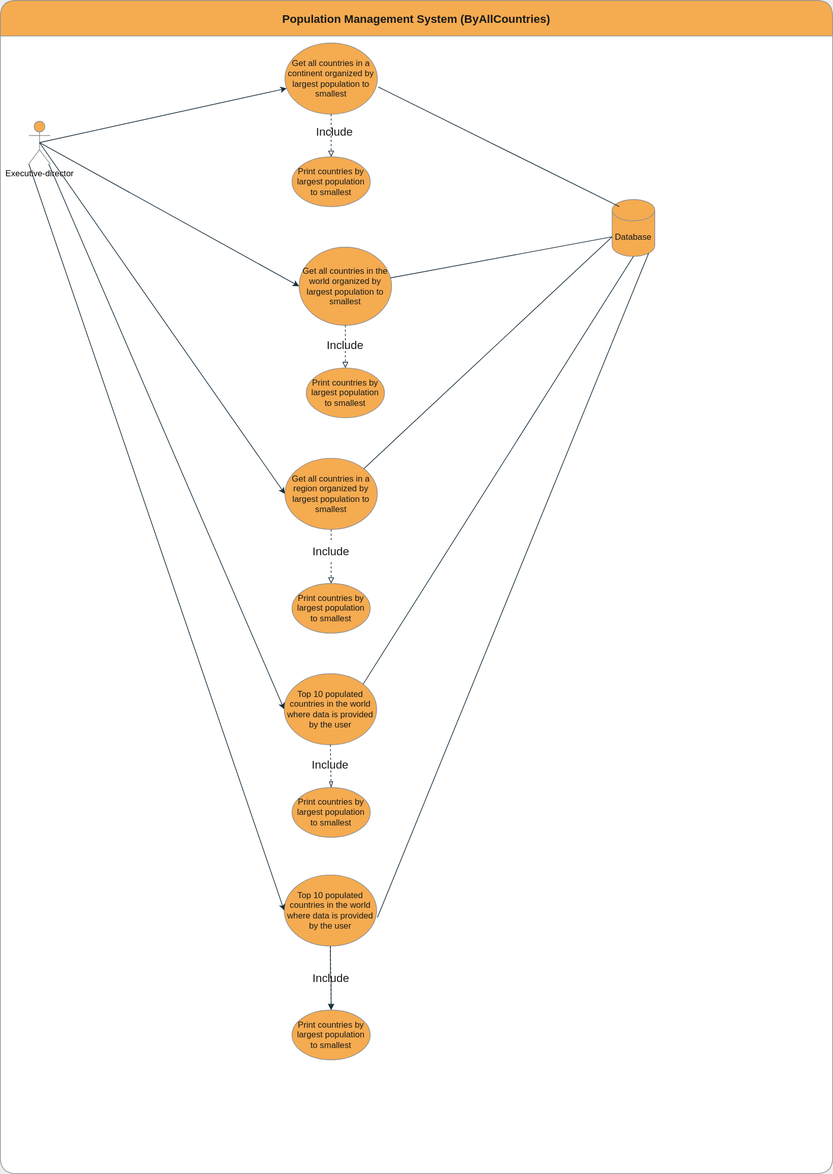
Before: use-cases-for-country-report/population management system (AllCountries).svg, a diagram exported from draw.io (ThihaKZ16/group5). Source tidied: cells renumbered, new cells last; positions are measured from the earlier drawing's top-left corner, leaving out a move shared by most shapes.
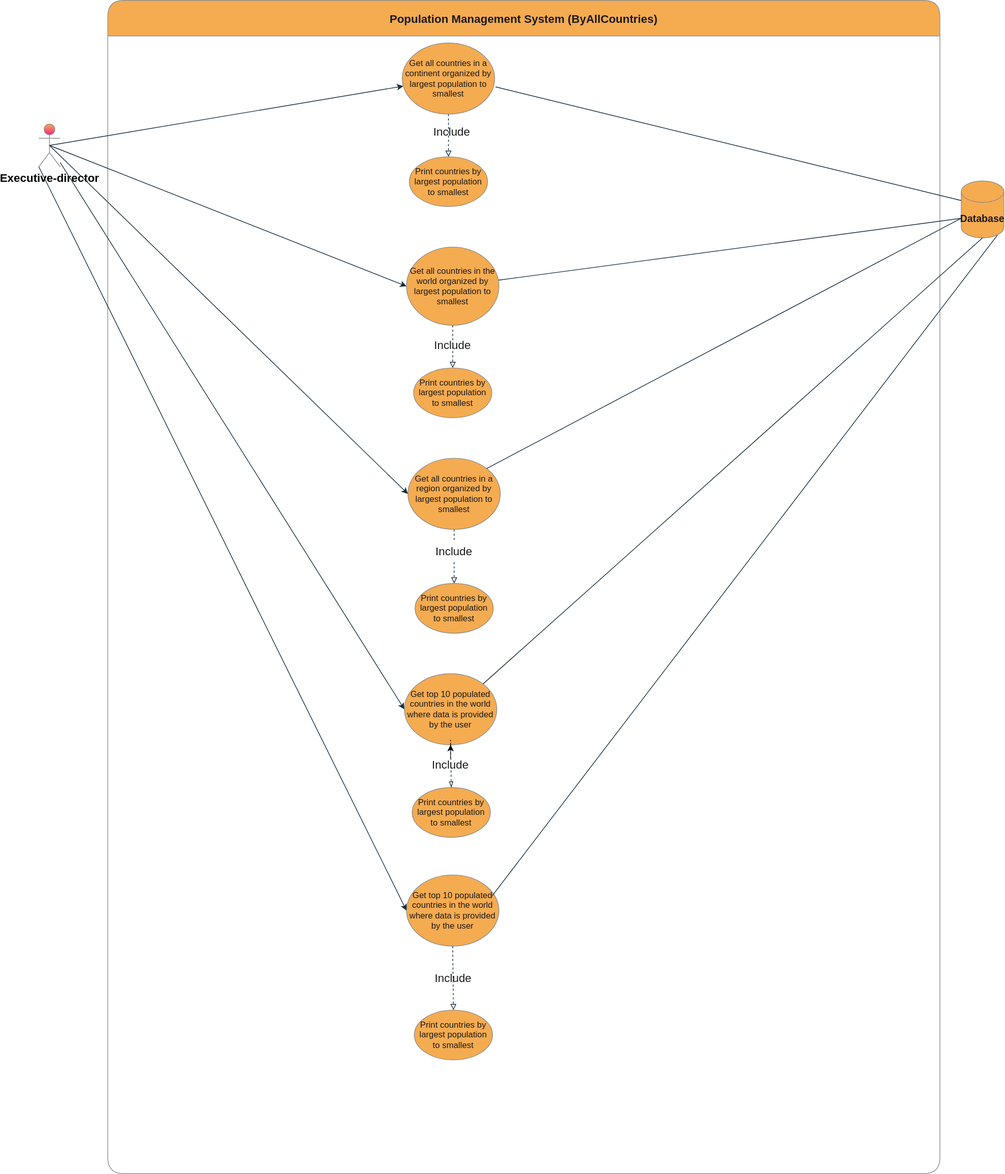
The same file after the commit.

Commit message:
Update use case diagram

What changed in the source:
```diff
@@ -1,4 +1,4 @@
-<mxGraphModel background="#EEEEEE">
+<mxGraphModel background="#ffffff">
   <root>
     <mxCell id="0" />
     <mxCell id="1" parent="0" />
@@ -9,52 +9,23 @@
       <mxGeometry x="420" y="347" width="130" height="110" as="geometry" />
     </mxCell>
     <mxCell id="4" value="Print countries by largest population to smallest" style="ellipse;whiteSpace=wrap;html=1;fillColor=#F5AB50;strokeColor=#909090;fontColor=#1A1A1A;" parent="2" vertex="1">
-      <mxGeometry x="410" y="220" width="110" height="70" as="geometry" />
+      <mxGeometry x="424" y="220" width="110" height="70" as="geometry" />
     </mxCell>
-    <mxCell id="5" value="&lt;font color=&quot;#000000&quot;&gt;Executive-director&lt;/font&gt;" style="shape=umlActor;verticalLabelPosition=bottom;verticalAlign=top;html=1;outlineConnect=0;fillColor=#F5AB50;fontColor=#1A1A1A;strokeColor=#909090;" parent="2" vertex="1">
-      <mxGeometry x="40" y="170" width="30" height="60" as="geometry" />
-    </mxCell>
-    <mxCell id="6" style="endArrow=classic;html=1;rounded=0;fontSize=12;exitX=0.5;exitY=0.5;exitDx=0;exitDy=0;exitPerimeter=0;strokeColor=#182E3E;labelBackgroundColor=#EEEEEE;fontColor=#1A1A1A;" parent="2" edge="1" source="5" target="8">
-      <mxGeometry relative="1" as="geometry" />
-    </mxCell>
-    <mxCell id="7" value="Database" style="shape=cylinder3;whiteSpace=wrap;html=1;boundedLbl=1;backgroundOutline=1;size=15;fontSize=12;fillColor=#F5AB50;strokeColor=#909090;fontColor=#1A1A1A;" parent="2" vertex="1">
-      <mxGeometry x="860" y="280" width="60" height="80" as="geometry" />
-    </mxCell>
     <mxCell id="8" value="Get all countries in a continent organized by largest population to smallest" style="ellipse;whiteSpace=wrap;html=1;fillColor=#F5AB50;strokeColor=#909090;fontColor=#1A1A1A;" parent="2" vertex="1">
-      <mxGeometry x="400" y="60" width="130" height="100" as="geometry" />
+      <mxGeometry x="414" y="60" width="130" height="100" as="geometry" />
     </mxCell>
-    <mxCell id="9" style="endArrow=classic;html=1;rounded=0;exitX=0.5;exitY=0.5;exitDx=0;exitDy=0;exitPerimeter=0;entryX=0;entryY=0.5;entryDx=0;entryDy=0;strokeColor=#182E3E;labelBackgroundColor=#EEEEEE;fontColor=#1A1A1A;" parent="2" edge="1" source="5" target="3">
-      <mxGeometry relative="1" as="geometry" />
-    </mxCell>
-    <mxCell id="10" style="endArrow=none;html=1;rounded=0;entryX=0;entryY=0;entryDx=0;entryDy=52.5;entryPerimeter=0;strokeColor=#182E3E;labelBackgroundColor=#EEEEEE;fontColor=#1A1A1A;" parent="2" edge="1" source="3" target="7">
-      <mxGeometry relative="1" as="geometry" />
-    </mxCell>
     <mxCell id="11" style="endArrow=block;html=1;rounded=0;strokeColor=#182E3E;dashed=1;exitX=0.5;exitY=1;exitDx=0;exitDy=0;endFill=0;labelBackgroundColor=#EEEEEE;fontColor=#1A1A1A;" parent="2" edge="1" source="3" target="19">
       <mxGeometry relative="1" as="geometry" />
     </mxCell>
     <mxCell id="12" value="Get all countries in a region organized by largest population to smallest" style="ellipse;whiteSpace=wrap;html=1;fillColor=#F5AB50;strokeColor=#909090;fontColor=#1A1A1A;" parent="2" vertex="1">
-      <mxGeometry x="400" y="644" width="130" height="100" as="geometry" />
+      <mxGeometry x="422" y="644" width="130" height="100" as="geometry" />
     </mxCell>
-    <mxCell id="13" style="endArrow=classic;html=1;rounded=0;exitX=0.5;exitY=0.5;exitDx=0;exitDy=0;exitPerimeter=0;entryX=0;entryY=0.5;entryDx=0;entryDy=0;strokeColor=#182E3E;labelBackgroundColor=#EEEEEE;fontColor=#1A1A1A;" parent="2" edge="1" source="5" target="12">
-      <mxGeometry relative="1" as="geometry" />
-    </mxCell>
-    <mxCell id="14" value="Top 10 populated countries in the world where data is provided by the user" style="ellipse;whiteSpace=wrap;html=1;fillColor=#F5AB50;strokeColor=#909090;fontColor=#1A1A1A;" parent="2" vertex="1">
-      <mxGeometry x="399" y="947" width="130" height="100" as="geometry" />
+    <mxCell id="14" value="Get top 10 populated countries in the world where data is provided by the user" style="ellipse;whiteSpace=wrap;html=1;fillColor=#F5AB50;strokeColor=#909090;fontColor=#1A1A1A;" parent="2" vertex="1">
+      <mxGeometry x="417" y="947" width="130" height="100" as="geometry" />
     </mxCell>
-    <mxCell id="15" style="endArrow=none;html=1;rounded=0;entryX=0;entryY=0;entryDx=0;entryDy=52.5;entryPerimeter=0;strokeColor=#182E3E;exitX=1;exitY=0;exitDx=0;exitDy=0;labelBackgroundColor=#EEEEEE;fontColor=#1A1A1A;" parent="2" edge="1" source="12" target="7">
-      <mxGeometry relative="1" as="geometry" />
-    </mxCell>
-    <mxCell id="16" style="edgeStyle=orthogonalEdgeStyle;rounded=0;jettySize=auto;html=1;strokeColor=#182E3E;labelBackgroundColor=#EEEEEE;fontColor=#1A1A1A;" parent="2" edge="1" source="17" target="25">
-      <mxGeometry relative="1" as="geometry" />
-    </mxCell>
-    <mxCell id="17" value="Top 10 populated countries in the world where data is provided by the user" style="ellipse;whiteSpace=wrap;html=1;fillColor=#F5AB50;strokeColor=#909090;fontColor=#1A1A1A;" parent="2" vertex="1">
-      <mxGeometry x="399" y="1230" width="130" height="100" as="geometry" />
+    <mxCell id="17" value="Get top 10 populated countries in the world where data is provided by the user" style="ellipse;whiteSpace=wrap;html=1;fillColor=#F5AB50;strokeColor=#909090;fontColor=#1A1A1A;" parent="2" vertex="1">
+      <mxGeometry x="420" y="1230" width="130" height="100" as="geometry" />
     </mxCell>
-    <mxCell id="18" style="endArrow=none;html=1;rounded=0;strokeColor=#182E3E;exitX=1.009;exitY=0.617;exitDx=0;exitDy=0;exitPerimeter=0;labelBackgroundColor=#EEEEEE;fontColor=#1A1A1A;" parent="2" edge="1" source="8">
-      <mxGeometry relative="1" as="geometry">
-        <mxPoint x="870" y="290" as="targetPoint" />
-      </mxGeometry>
-    </mxCell>
     <mxCell id="19" value="Print countries by largest population to smallest" style="ellipse;whiteSpace=wrap;html=1;fillColor=#F5AB50;strokeColor=#909090;fontColor=#1A1A1A;" parent="2" vertex="1">
       <mxGeometry x="430" y="517" width="110" height="70" as="geometry" />
     </mxCell>
@@ -62,10 +33,10 @@
       <mxGeometry relative="1" as="geometry" />
     </mxCell>
     <mxCell id="21" value="Print countries by largest population to smallest" style="ellipse;whiteSpace=wrap;html=1;fillColor=#F5AB50;strokeColor=#909090;fontColor=#1A1A1A;" parent="2" vertex="1">
-      <mxGeometry x="410" y="820" width="110" height="70" as="geometry" />
+      <mxGeometry x="432" y="820" width="110" height="70" as="geometry" />
     </mxCell>
     <mxCell id="22" value="Print countries by largest population to smallest" style="ellipse;whiteSpace=wrap;html=1;fillColor=#F5AB50;strokeColor=#909090;fontColor=#1A1A1A;" parent="2" vertex="1">
-      <mxGeometry x="410" y="1107" width="110" height="70" as="geometry" />
+      <mxGeometry x="428" y="1107" width="110" height="70" as="geometry" />
     </mxCell>
     <mxCell id="23" style="endArrow=blockThin;html=1;rounded=0;strokeColor=#182E3E;dashed=1;exitX=0.5;exitY=1;exitDx=0;exitDy=0;entryX=0.5;entryY=0;entryDx=0;entryDy=0;endFill=0;labelBackgroundColor=#EEEEEE;fontColor=#1A1A1A;" parent="2" edge="1" source="14" target="22">
       <mxGeometry relative="1" as="geometry" />
@@ -74,42 +45,69 @@
       <mxGeometry relative="1" as="geometry" />
     </mxCell>
     <mxCell id="25" value="Print countries by largest population to smallest" style="ellipse;whiteSpace=wrap;html=1;fillColor=#F5AB50;strokeColor=#909090;fontColor=#1A1A1A;" parent="2" vertex="1">
-      <mxGeometry x="410" y="1420" width="110" height="70" as="geometry" />
+      <mxGeometry x="431" y="1420" width="110" height="70" as="geometry" />
     </mxCell>
-    <mxCell id="26" style="endArrow=block;html=1;rounded=0;strokeColor=#182E3E;dashed=1;entryX=0.5;entryY=0;entryDx=0;entryDy=0;exitX=0.5;exitY=1;exitDx=0;exitDy=0;endFill=0;labelBackgroundColor=#EEEEEE;fontColor=#1A1A1A;" parent="2" edge="1" source="17" target="25">
-      <mxGeometry relative="1" as="geometry" />
-    </mxCell>
-    <mxCell id="27" style="endArrow=classic;html=1;rounded=0;entryX=0;entryY=0.5;entryDx=0;entryDy=0;strokeColor=#182E3E;labelBackgroundColor=#EEEEEE;fontColor=#1A1A1A;" parent="2" edge="1" source="5" target="14">
-      <mxGeometry relative="1" as="geometry" />
-    </mxCell>
-    <mxCell id="28" style="endArrow=classic;html=1;rounded=0;entryX=0;entryY=0.5;entryDx=0;entryDy=0;strokeColor=#182E3E;exitX=0;exitY=1;exitDx=0;exitDy=0;exitPerimeter=0;labelBackgroundColor=#EEEEEE;fontColor=#1A1A1A;" parent="2" edge="1" source="5" target="17">
-      <mxGeometry relative="1" as="geometry" />
-    </mxCell>
     <mxCell id="29" value="Include" style="text;html=1;align=center;verticalAlign=middle;whiteSpace=wrap;rounded=0;fontSize=16;fontColor=#1A1A1A;" parent="2" vertex="1">
-      <mxGeometry x="440" y="170" width="60" height="30" as="geometry" />
+      <mxGeometry x="454" y="170" width="60" height="30" as="geometry" />
     </mxCell>
     <mxCell id="30" value="Include" style="text;html=1;align=center;verticalAlign=middle;whiteSpace=wrap;rounded=0;fontSize=16;fontColor=#1A1A1A;" parent="2" vertex="1">
       <mxGeometry x="455" y="470" width="60" height="30" as="geometry" />
     </mxCell>
     <mxCell id="31" value="Include" style="text;html=1;align=center;verticalAlign=middle;whiteSpace=wrap;rounded=0;fontSize=16;fontColor=#1A1A1A;" parent="2" vertex="1">
-      <mxGeometry x="435" y="760" width="60" height="30" as="geometry" />
+      <mxGeometry x="457" y="760" width="60" height="30" as="geometry" />
     </mxCell>
     <mxCell id="32" style="endArrow=none;html=1;rounded=0;strokeColor=#182E3E;dashed=1;exitX=0.5;exitY=1;exitDx=0;exitDy=0;labelBackgroundColor=#EEEEEE;fontColor=#1A1A1A;" parent="2" edge="1" source="12" target="31">
       <mxGeometry relative="1" as="geometry" />
     </mxCell>
+    <mxCell id="37" style="edgeStyle=orthogonalEdgeStyle;rounded=0;jettySize=auto;html=1;dashed=1;" parent="2" edge="1" source="33" target="14">
+      <mxGeometry relative="1" as="geometry" />
+    </mxCell>
     <mxCell id="33" value="Include" style="text;html=1;align=center;verticalAlign=middle;whiteSpace=wrap;rounded=0;fontSize=16;fontColor=#1A1A1A;" parent="2" vertex="1">
-      <mxGeometry x="434" y="1060" width="60" height="30" as="geometry" />
+      <mxGeometry x="452" y="1060" width="60" height="30" as="geometry" />
     </mxCell>
     <mxCell id="34" value="Include" style="text;html=1;align=center;verticalAlign=middle;whiteSpace=wrap;rounded=0;fontSize=16;fontColor=#1A1A1A;" parent="2" vertex="1">
-      <mxGeometry x="435" y="1360" width="60" height="30" as="geometry" />
+      <mxGeometry x="456" y="1360" width="60" height="30" as="geometry" />
     </mxCell>
+    <mxCell id="38" style="endArrow=block;html=1;rounded=0;strokeColor=#182E3E;dashed=1;startArrow=none;endFill=0;labelBackgroundColor=#EEEEEE;fontColor=#1A1A1A;entryX=0.5;entryY=0;entryDx=0;entryDy=0;" parent="2" edge="1" source="17" target="25">
+      <mxGeometry relative="1" as="geometry" />
+    </mxCell>
+    <mxCell id="36" style="endArrow=none;html=1;rounded=0;entryX=0.855;entryY=1;entryDx=0;entryDy=-4.35;entryPerimeter=0;strokeColor=#182E3E;labelBackgroundColor=#EEEEEE;fontColor=#1A1A1A;" parent="1" edge="1" target="7">
+      <mxGeometry relative="1" as="geometry">
+        <mxPoint x="540" y="1260" as="sourcePoint" />
+      </mxGeometry>
+    </mxCell>
+    <mxCell id="7" value="&lt;font style=&quot;font-size: 14px&quot;&gt;&lt;b&gt;Database&lt;/b&gt;&lt;/font&gt;" style="shape=cylinder3;whiteSpace=wrap;html=1;boundedLbl=1;backgroundOutline=1;size=15;fontSize=12;fillColor=#F5AB50;strokeColor=#909090;fontColor=#1A1A1A;" parent="1" vertex="1">
+      <mxGeometry x="1200" y="254" width="60" height="80" as="geometry" />
+    </mxCell>
+    <mxCell id="10" style="endArrow=none;html=1;rounded=0;entryX=0;entryY=0;entryDx=0;entryDy=52.5;entryPerimeter=0;strokeColor=#182E3E;labelBackgroundColor=#EEEEEE;fontColor=#1A1A1A;" parent="1" edge="1" source="3" target="7">
+      <mxGeometry relative="1" as="geometry" />
+    </mxCell>
+    <mxCell id="15" style="endArrow=none;html=1;rounded=0;entryX=0;entryY=0;entryDx=0;entryDy=52.5;entryPerimeter=0;strokeColor=#182E3E;exitX=1;exitY=0;exitDx=0;exitDy=0;labelBackgroundColor=#EEEEEE;fontColor=#1A1A1A;" parent="1" edge="1" source="12" target="7">
+      <mxGeometry relative="1" as="geometry" />
+    </mxCell>
-    <mxCell id="35" style="endArrow=none;html=1;rounded=0;strokeColor=#182E3E;entryX=0.5;entryY=1;entryDx=0;entryDy=0;entryPerimeter=0;exitX=1;exitY=0;exitDx=0;exitDy=0;labelBackgroundColor=#EEEEEE;fontColor=#1A1A1A;" parent="2" edge="1" source="14" target="7">
+    <mxCell id="35" style="endArrow=none;html=1;rounded=0;strokeColor=#182E3E;entryX=0.5;entryY=1;entryDx=0;entryDy=0;entryPerimeter=0;exitX=1;exitY=0;exitDx=0;exitDy=0;labelBackgroundColor=#EEEEEE;fontColor=#1A1A1A;" parent="1" edge="1" source="14" target="7">
       <mxGeometry relative="1" as="geometry" />
     </mxCell>
-    <mxCell id="36" style="endArrow=none;html=1;rounded=0;entryX=0.855;entryY=1;entryDx=0;entryDy=-4.35;entryPerimeter=0;strokeColor=#182E3E;labelBackgroundColor=#EEEEEE;fontColor=#1A1A1A;" parent="1" edge="1" target="7">
-      <mxGeometry relative="1" as="geometry">
-        <mxPoint x="530" y="1290" as="sourcePoint" />
-      </mxGeometry>
-    </mxCell>
+    <mxCell id="18" style="endArrow=none;html=1;rounded=0;strokeColor=#182E3E;exitX=1.009;exitY=0.617;exitDx=0;exitDy=0;exitPerimeter=0;labelBackgroundColor=#EEEEEE;fontColor=#1A1A1A;entryX=0;entryY=0;entryDx=0;entryDy=27.5;entryPerimeter=0;" parent="1" edge="1" source="8" target="7">
+      <mxGeometry relative="1" as="geometry" />
+    </mxCell>
+    <mxCell id="5" value="&lt;font color=&quot;#000000&quot; style=&quot;font-size: 16px&quot;&gt;&lt;b&gt;Executive-director&lt;/b&gt;&lt;/font&gt;" style="shape=umlActor;verticalLabelPosition=bottom;verticalAlign=top;html=1;outlineConnect=0;fillColor=#F5AB50;fontColor=#1A1A1A;strokeColor=#909090;gradientColor=#FF2684;" parent="1" vertex="1">
+      <mxGeometry x="-97" y="174" width="30" height="60" as="geometry" />
+    </mxCell>
+    <mxCell id="6" style="endArrow=classic;html=1;rounded=0;fontSize=12;exitX=0.5;exitY=0.5;exitDx=0;exitDy=0;exitPerimeter=0;strokeColor=#182E3E;labelBackgroundColor=#EEEEEE;fontColor=#1A1A1A;" parent="1" edge="1" source="5" target="8">
+      <mxGeometry relative="1" as="geometry" />
+    </mxCell>
+    <mxCell id="9" style="endArrow=classic;html=1;rounded=0;exitX=0.5;exitY=0.5;exitDx=0;exitDy=0;exitPerimeter=0;entryX=0;entryY=0.5;entryDx=0;entryDy=0;strokeColor=#182E3E;labelBackgroundColor=#EEEEEE;fontColor=#1A1A1A;" parent="1" edge="1" source="5" target="3">
+      <mxGeometry relative="1" as="geometry" />
+    </mxCell>
+    <mxCell id="13" style="endArrow=classic;html=1;rounded=0;exitX=0.5;exitY=0.5;exitDx=0;exitDy=0;exitPerimeter=0;entryX=0;entryY=0.5;entryDx=0;entryDy=0;strokeColor=#182E3E;labelBackgroundColor=#EEEEEE;fontColor=#1A1A1A;" parent="1" edge="1" source="5" target="12">
+      <mxGeometry relative="1" as="geometry" />
+    </mxCell>
+    <mxCell id="27" style="endArrow=classic;html=1;rounded=0;entryX=0;entryY=0.5;entryDx=0;entryDy=0;strokeColor=#182E3E;labelBackgroundColor=#EEEEEE;fontColor=#1A1A1A;" parent="1" edge="1" source="5" target="14">
+      <mxGeometry relative="1" as="geometry" />
+    </mxCell>
+    <mxCell id="28" style="endArrow=classic;html=1;rounded=0;entryX=0;entryY=0.5;entryDx=0;entryDy=0;strokeColor=#182E3E;exitX=0;exitY=1;exitDx=0;exitDy=0;exitPerimeter=0;labelBackgroundColor=#EEEEEE;fontColor=#1A1A1A;" parent="1" edge="1" source="5" target="17">
+      <mxGeometry relative="1" as="geometry" />
+    </mxCell>
   </root>
 </mxGraphModel>
```
